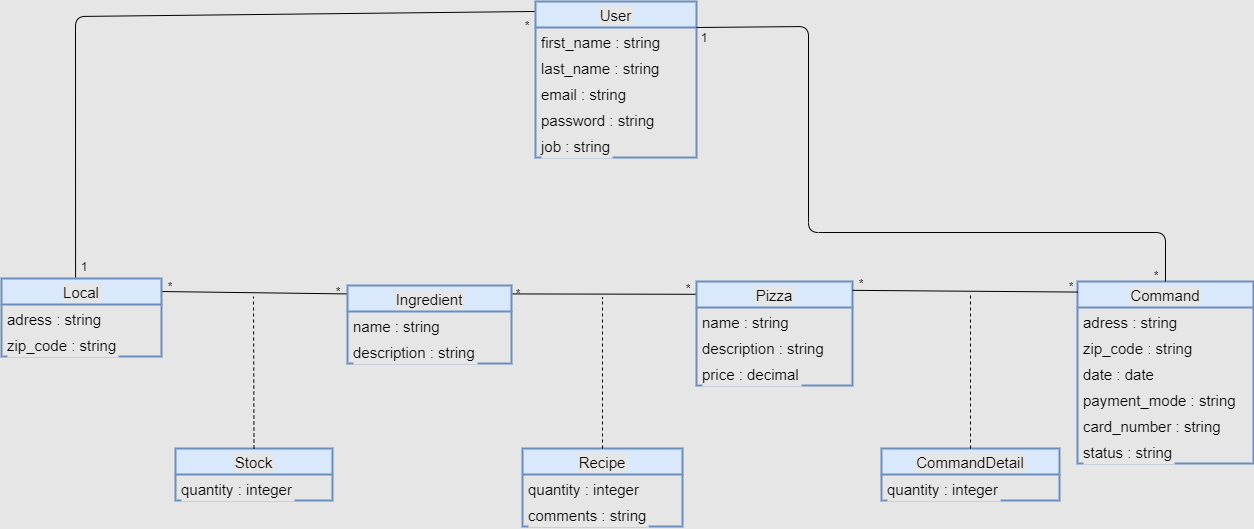
Before: diagrammes/class_diagram.png, a diagram exported from draw.io (Tony380/Projet6). Source tidied: cells renumbered, new cells last; positions are measured from the earlier drawing's top-left corner, leaving out a move shared by most shapes. The source it was exported from:
```xml
<mxGraphModel background="#E6E6E6">
  <root>
    <mxCell id="0" />
    <mxCell id="1" parent="0" />
    <mxCell id="2" value="Command" style="swimlane;fontStyle=0;horizontal=1;startSize=26;fillColor=#dae8fc;strokeWidth=2;labelBackgroundColor=#E6E6E6;fontSize=15;strokeColor=#6c8ebf;" parent="1" vertex="1">
      <mxGeometry x="1076" y="280" width="176" height="182" as="geometry" />
    </mxCell>
    <mxCell id="3" value="adress : string" style="text;strokeColor=none;fillColor=none;align=left;verticalAlign=top;spacingLeft=4;spacingRight=4;overflow=hidden;labelBackgroundColor=#E6E6E6;fontSize=15;" parent="2" vertex="1">
      <mxGeometry y="26" width="176" height="26" as="geometry" />
    </mxCell>
    <mxCell id="4" value="zip_code : string" style="text;strokeColor=none;fillColor=none;align=left;verticalAlign=top;spacingLeft=4;spacingRight=4;overflow=hidden;labelBackgroundColor=#E6E6E6;fontSize=15;" parent="2" vertex="1">
      <mxGeometry y="52" width="176" height="26" as="geometry" />
    </mxCell>
    <mxCell id="5" value="date : date" style="text;strokeColor=none;fillColor=none;align=left;verticalAlign=top;spacingLeft=4;spacingRight=4;overflow=hidden;labelBackgroundColor=#E6E6E6;fontSize=15;" parent="2" vertex="1">
      <mxGeometry y="78" width="176" height="26" as="geometry" />
    </mxCell>
    <mxCell id="6" value="payment_mode : string" style="text;strokeColor=none;fillColor=none;align=left;verticalAlign=top;spacingLeft=4;spacingRight=4;overflow=hidden;labelBackgroundColor=#E6E6E6;fontSize=15;" parent="2" vertex="1">
      <mxGeometry y="104" width="176" height="26" as="geometry" />
    </mxCell>
    <mxCell id="7" value="card_number : string" style="text;strokeColor=none;fillColor=none;align=left;verticalAlign=top;spacingLeft=4;spacingRight=4;overflow=hidden;labelBackgroundColor=#E6E6E6;fontSize=15;" parent="2" vertex="1">
      <mxGeometry y="130" width="176" height="26" as="geometry" />
    </mxCell>
    <mxCell id="8" value="status : string" style="text;strokeColor=none;fillColor=none;align=left;verticalAlign=top;spacingLeft=4;spacingRight=4;overflow=hidden;labelBackgroundColor=#E6E6E6;fontSize=15;" parent="2" vertex="1">
      <mxGeometry y="156" width="176" height="26" as="geometry" />
    </mxCell>
    <mxCell id="9" value="CommandDetail" style="swimlane;fontStyle=0;horizontal=1;startSize=26;fillColor=#dae8fc;labelBackgroundColor=#E6E6E6;strokeWidth=2;fontSize=15;strokeColor=#6c8ebf;" parent="1" vertex="1">
      <mxGeometry x="880" y="447" width="178" height="52" as="geometry" />
    </mxCell>
    <mxCell id="10" value="quantity : integer" style="text;strokeColor=none;fillColor=none;align=left;verticalAlign=top;spacingLeft=4;spacingRight=4;overflow=hidden;labelBackgroundColor=#E6E6E6;fontSize=15;" parent="9" vertex="1">
      <mxGeometry y="26" width="178" height="26" as="geometry" />
    </mxCell>
    <mxCell id="11" value="Recipe" style="swimlane;fontStyle=0;horizontal=1;startSize=26;fillColor=#dae8fc;labelBackgroundColor=#E6E6E6;strokeWidth=2;fontSize=15;strokeColor=#6c8ebf;" parent="1" vertex="1">
      <mxGeometry x="521" y="447" width="160" height="78" as="geometry" />
    </mxCell>
    <mxCell id="12" value="quantity : integer" style="text;strokeColor=none;fillColor=none;align=left;verticalAlign=top;spacingLeft=4;spacingRight=4;overflow=hidden;labelBackgroundColor=#E6E6E6;fontSize=15;" parent="11" vertex="1">
      <mxGeometry y="26" width="160" height="26" as="geometry" />
    </mxCell>
    <mxCell id="13" value="comments : string" style="text;strokeColor=none;fillColor=none;align=left;verticalAlign=top;spacingLeft=4;spacingRight=4;overflow=hidden;labelBackgroundColor=#E6E6E6;fontSize=15;" parent="11" vertex="1">
      <mxGeometry y="52" width="160" height="26" as="geometry" />
    </mxCell>
    <mxCell id="14" value="Pizza" style="swimlane;fontStyle=0;horizontal=1;startSize=26;fillColor=#dae8fc;labelBackgroundColor=#E6E6E6;strokeWidth=2;fontSize=15;strokeColor=#6c8ebf;" parent="1" vertex="1">
      <mxGeometry x="695" y="280" width="156" height="104" as="geometry" />
    </mxCell>
    <mxCell id="15" value="name : string" style="text;strokeColor=none;fillColor=none;align=left;verticalAlign=top;spacingLeft=4;spacingRight=4;overflow=hidden;labelBackgroundColor=#E6E6E6;fontSize=15;" parent="14" vertex="1">
      <mxGeometry y="26" width="156" height="26" as="geometry" />
    </mxCell>
    <mxCell id="16" value="description : string" style="text;strokeColor=none;fillColor=none;align=left;verticalAlign=top;spacingLeft=4;spacingRight=4;overflow=hidden;labelBackgroundColor=#E6E6E6;fontSize=15;" parent="14" vertex="1">
      <mxGeometry y="52" width="156" height="26" as="geometry" />
    </mxCell>
    <mxCell id="17" value="price : decimal" style="text;strokeColor=none;fillColor=none;align=left;verticalAlign=top;spacingLeft=4;spacingRight=4;overflow=hidden;labelBackgroundColor=#E6E6E6;fontSize=15;" parent="14" vertex="1">
      <mxGeometry y="78" width="156" height="26" as="geometry" />
    </mxCell>
    <mxCell id="18" value="Stock" style="swimlane;fontStyle=0;horizontal=1;startSize=26;fillColor=#dae8fc;labelBackgroundColor=#E6E6E6;strokeWidth=2;fontSize=15;strokeColor=#6c8ebf;" parent="1" vertex="1">
      <mxGeometry x="174" y="447" width="157" height="52" as="geometry" />
    </mxCell>
    <mxCell id="19" value="quantity : integer" style="text;strokeColor=none;fillColor=none;align=left;verticalAlign=top;spacingLeft=4;spacingRight=4;overflow=hidden;labelBackgroundColor=#E6E6E6;fontSize=15;" parent="18" vertex="1">
      <mxGeometry y="26" width="157" height="26" as="geometry" />
    </mxCell>
    <mxCell id="20" style="endArrow=none;html=1;exitX=1;exitY=0.085;exitDx=0;exitDy=0;exitPerimeter=0;entryX=0;entryY=0.058;entryDx=0;entryDy=0;entryPerimeter=0;" parent="1" edge="1" source="14" target="2">
      <mxGeometry relative="1" as="geometry" />
    </mxCell>
    <mxCell id="21" style="endArrow=none;dashed=1;html=1;exitX=0.5;exitY=0;exitDx=0;exitDy=0;" parent="1" edge="1" source="9">
      <mxGeometry relative="1" as="geometry">
        <mxPoint x="969" y="291" as="targetPoint" />
      </mxGeometry>
    </mxCell>
    <mxCell id="22" style="endArrow=none;html=1;exitX=0.994;exitY=0.108;exitDx=0;exitDy=0;exitPerimeter=0;entryX=-0.006;entryY=0.123;entryDx=0;entryDy=0;entryPerimeter=0;" parent="1" edge="1" source="44" target="14">
      <mxGeometry relative="1" as="geometry" />
    </mxCell>
    <mxCell id="23" style="endArrow=none;dashed=1;html=1;exitX=0.5;exitY=0;exitDx=0;exitDy=0;" parent="1" edge="1" source="11">
      <mxGeometry relative="1" as="geometry">
        <mxPoint x="601" y="296" as="targetPoint" />
      </mxGeometry>
    </mxCell>
    <mxCell id="24" style="endArrow=none;html=1;entryX=0;entryY=0.108;entryDx=0;entryDy=0;entryPerimeter=0;exitX=1;exitY=0.167;exitDx=0;exitDy=0;exitPerimeter=0;" parent="1" edge="1" source="47" target="44">
      <mxGeometry relative="1" as="geometry" />
    </mxCell>
    <mxCell id="25" style="endArrow=none;dashed=1;html=1;exitX=0.5;exitY=0;exitDx=0;exitDy=0;" parent="1" edge="1" source="18">
      <mxGeometry relative="1" as="geometry">
        <mxPoint x="252" y="295" as="targetPoint" />
      </mxGeometry>
    </mxCell>
    <mxCell id="26" value="User" style="swimlane;fontStyle=0;horizontal=1;startSize=26;fillColor=#dae8fc;labelBackgroundColor=#E6E6E6;strokeWidth=2;fontSize=15;strokeColor=#6c8ebf;" parent="1" vertex="1">
      <mxGeometry x="534" width="161" height="156" as="geometry" />
    </mxCell>
    <mxCell id="27" value="first_name : string" style="text;strokeColor=none;fillColor=none;align=left;verticalAlign=top;spacingLeft=4;spacingRight=4;overflow=hidden;labelBackgroundColor=#E6E6E6;fontSize=15;" parent="26" vertex="1">
      <mxGeometry y="26" width="161" height="26" as="geometry" />
    </mxCell>
    <mxCell id="28" value="last_name : string" style="text;strokeColor=none;fillColor=none;align=left;verticalAlign=top;spacingLeft=4;spacingRight=4;overflow=hidden;points=[[0,0.5],[1,0.5]];portConstraint=eastwest;labelBackgroundColor=#E6E6E6;fontSize=15;" parent="26" vertex="1">
      <mxGeometry y="52" width="161" height="26" as="geometry" />
    </mxCell>
    <mxCell id="29" value="email : string" style="text;strokeColor=none;fillColor=none;align=left;verticalAlign=top;spacingLeft=4;spacingRight=4;overflow=hidden;labelBackgroundColor=#E6E6E6;fontSize=15;" parent="26" vertex="1">
      <mxGeometry y="78" width="161" height="26" as="geometry" />
    </mxCell>
    <mxCell id="30" value="password : string" style="text;strokeColor=none;fillColor=none;align=left;verticalAlign=top;spacingLeft=4;spacingRight=4;overflow=hidden;points=[[0,0.5],[1,0.5]];portConstraint=eastwest;labelBackgroundColor=#E6E6E6;fontSize=15;" parent="26" vertex="1">
      <mxGeometry y="104" width="161" height="26" as="geometry" />
    </mxCell>
    <mxCell id="31" value="job : string" style="text;strokeColor=none;fillColor=none;align=left;verticalAlign=top;spacingLeft=4;spacingRight=4;overflow=hidden;labelBackgroundColor=#E6E6E6;fontSize=15;" parent="26" vertex="1">
      <mxGeometry y="130" width="161" height="26" as="geometry" />
    </mxCell>
    <mxCell id="32" style="endArrow=none;html=1;exitX=0.463;exitY=0.013;exitDx=0;exitDy=0;exitPerimeter=0;entryX=-0.006;entryY=0.064;entryDx=0;entryDy=0;entryPerimeter=0;" parent="1" edge="1" source="47" target="26">
      <mxGeometry relative="1" as="geometry">
        <Array as="points">
          <mxPoint x="74" y="15" />
        </Array>
      </mxGeometry>
    </mxCell>
    <mxCell id="33" style="endArrow=none;html=1;exitX=1;exitY=0;exitDx=0;exitDy=0;exitPerimeter=0;entryX=0.5;entryY=0;entryDx=0;entryDy=0;" parent="1" edge="1" target="2">
      <mxGeometry relative="1" as="geometry">
        <mxPoint x="695" y="26" as="sourcePoint" />
        <Array as="points">
          <mxPoint x="807" y="25" />
          <mxPoint x="807" y="231" />
          <mxPoint x="1164" y="231" />
        </Array>
      </mxGeometry>
    </mxCell>
    <mxCell id="34" value="*" style="text;html=1;strokeColor=none;fillColor=none;align=center;verticalAlign=middle;whiteSpace=wrap;rounded=0;" parent="1" vertex="1">
      <mxGeometry x="1050" y="275" width="40" height="20" as="geometry" />
    </mxCell>
    <mxCell id="35" value="*" style="text;html=1;strokeColor=none;fillColor=none;align=center;verticalAlign=middle;whiteSpace=wrap;rounded=0;" parent="1" vertex="1">
      <mxGeometry x="840" y="272" width="40" height="20" as="geometry" />
    </mxCell>
    <mxCell id="36" value="1" style="text;html=1;strokeColor=none;fillColor=none;align=center;verticalAlign=middle;whiteSpace=wrap;rounded=0;" parent="1" vertex="1">
      <mxGeometry x="683" y="26" width="40" height="20" as="geometry" />
    </mxCell>
    <mxCell id="37" value="*" style="text;html=1;strokeColor=none;fillColor=none;align=center;verticalAlign=middle;whiteSpace=wrap;rounded=0;" parent="1" vertex="1">
      <mxGeometry x="1135" y="264" width="40" height="20" as="geometry" />
    </mxCell>
    <mxCell id="38" value="*" style="text;html=1;strokeColor=none;fillColor=none;align=center;verticalAlign=middle;whiteSpace=wrap;rounded=0;" parent="1" vertex="1">
      <mxGeometry x="497" y="282" width="40" height="20" as="geometry" />
    </mxCell>
    <mxCell id="39" value="*" style="text;html=1;strokeColor=none;fillColor=none;align=center;verticalAlign=middle;whiteSpace=wrap;rounded=0;" parent="1" vertex="1">
      <mxGeometry x="667" y="277" width="40" height="20" as="geometry" />
    </mxCell>
    <mxCell id="40" value="*" style="text;html=1;strokeColor=none;fillColor=none;align=center;verticalAlign=middle;whiteSpace=wrap;rounded=0;" parent="1" vertex="1">
      <mxGeometry x="149" y="275" width="40" height="20" as="geometry" />
    </mxCell>
    <mxCell id="41" value="*" style="text;html=1;strokeColor=none;fillColor=none;align=center;verticalAlign=middle;whiteSpace=wrap;rounded=0;" parent="1" vertex="1">
      <mxGeometry x="317" y="280" width="40" height="20" as="geometry" />
    </mxCell>
    <mxCell id="42" value="1" style="text;html=1;strokeColor=none;fillColor=none;align=center;verticalAlign=middle;whiteSpace=wrap;rounded=0;" parent="1" vertex="1">
      <mxGeometry x="63" y="255" width="40" height="20" as="geometry" />
    </mxCell>
    <mxCell id="43" value="*" style="text;html=1;strokeColor=none;fillColor=none;align=center;verticalAlign=middle;whiteSpace=wrap;rounded=0;" parent="1" vertex="1">
      <mxGeometry x="506" y="14" width="40" height="20" as="geometry" />
    </mxCell>
    <mxCell id="44" value="Ingredient" style="swimlane;fontStyle=0;horizontal=1;startSize=26;fillColor=#dae8fc;labelBackgroundColor=#E6E6E6;strokeWidth=2;fontSize=15;strokeColor=#6c8ebf;" parent="1" vertex="1">
      <mxGeometry x="346" y="284" width="164" height="78" as="geometry" />
    </mxCell>
    <mxCell id="45" value="name : string" style="text;strokeColor=none;fillColor=none;align=left;verticalAlign=top;spacingLeft=4;spacingRight=4;overflow=hidden;labelBackgroundColor=#E6E6E6;fontSize=15;" parent="44" vertex="1">
      <mxGeometry y="26" width="164" height="26" as="geometry" />
    </mxCell>
    <mxCell id="46" value="description : string" style="text;strokeColor=none;fillColor=none;align=left;verticalAlign=top;spacingLeft=4;spacingRight=4;overflow=hidden;labelBackgroundColor=#E6E6E6;fontSize=15;" parent="44" vertex="1">
      <mxGeometry y="52" width="164" height="26" as="geometry" />
    </mxCell>
    <mxCell id="47" value="Local" style="swimlane;fontStyle=0;horizontal=1;startSize=26;fillColor=#dae8fc;labelBackgroundColor=#E6E6E6;strokeWidth=2;fontSize=15;strokeColor=#6c8ebf;" parent="1" vertex="1">
      <mxGeometry y="277" width="160" height="78" as="geometry" />
    </mxCell>
    <mxCell id="48" value="adress : string" style="text;strokeColor=none;fillColor=none;align=left;verticalAlign=top;spacingLeft=4;spacingRight=4;overflow=hidden;labelBackgroundColor=#E6E6E6;fontSize=15;" parent="47" vertex="1">
      <mxGeometry y="26" width="160" height="26" as="geometry" />
    </mxCell>
    <mxCell id="49" value="zip_code : string" style="text;strokeColor=none;fillColor=none;align=left;verticalAlign=top;spacingLeft=4;spacingRight=4;overflow=hidden;labelBackgroundColor=#E6E6E6;fontSize=15;" parent="47" vertex="1">
      <mxGeometry y="52" width="160" height="26" as="geometry" />
    </mxCell>
  </root>
</mxGraphModel>
```
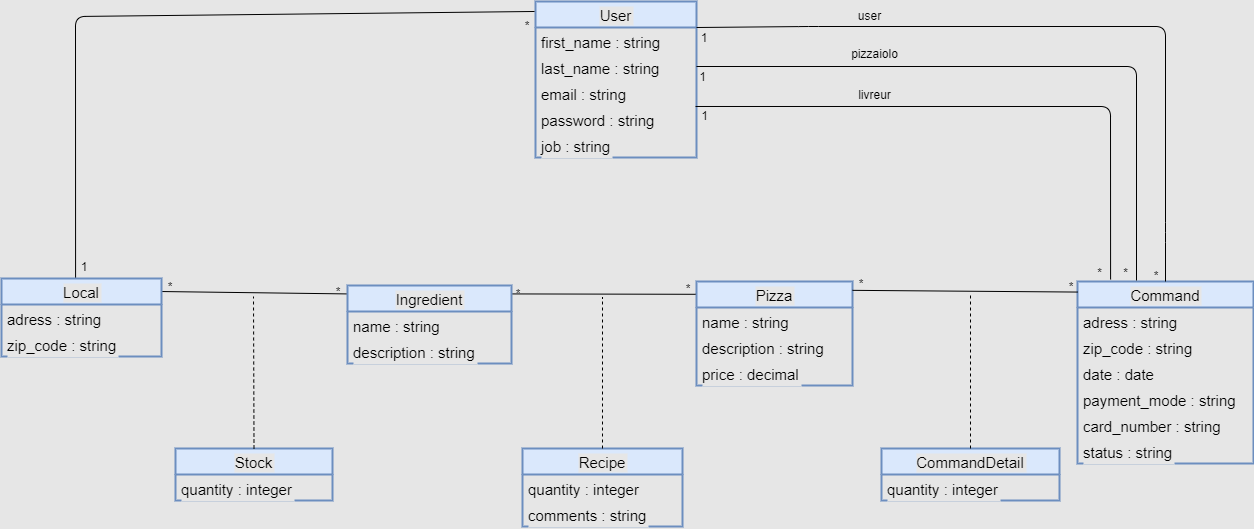
After the commit.

Commit message:
Correction finale

The edit, as a diff of the source:
```diff
@@ -110,7 +110,7 @@
         <mxPoint x="695" y="26" as="sourcePoint" />
         <Array as="points">
           <mxPoint x="807" y="25" />
-          <mxPoint x="807" y="231" />
+          <mxPoint x="1164" y="25" />
           <mxPoint x="1164" y="231" />
         </Array>
       </mxGeometry>
@@ -163,5 +163,40 @@
     <mxCell id="49" value="zip_code : string" style="text;strokeColor=none;fillColor=none;align=left;verticalAlign=top;spacingLeft=4;spacingRight=4;overflow=hidden;labelBackgroundColor=#E6E6E6;fontSize=15;" parent="47" vertex="1">
       <mxGeometry y="52" width="160" height="26" as="geometry" />
     </mxCell>
+    <mxCell id="50" style="endArrow=none;html=1;entryX=0;entryY=0.75;entryDx=0;entryDy=0;exitX=1;exitY=0.5;exitDx=0;exitDy=0;" parent="1" edge="1" source="28" target="37">
+      <mxGeometry relative="1" as="geometry">
+        <Array as="points">
+          <mxPoint x="1135" y="65" />
+        </Array>
+      </mxGeometry>
+    </mxCell>
+    <mxCell id="51" style="endArrow=none;html=1;entryX=0.188;entryY=-0.011;entryDx=0;entryDy=0;exitX=0.994;exitY=0.038;exitDx=0;exitDy=0;exitPerimeter=0;entryPerimeter=0;" parent="1" edge="1" source="30" target="2">
+      <mxGeometry relative="1" as="geometry">
+        <Array as="points">
+          <mxPoint x="1109" y="105" />
+        </Array>
+      </mxGeometry>
+    </mxCell>
+    <mxCell id="52" value="user" style="text;html=1;align=center;verticalAlign=middle;" parent="1" vertex="1">
+      <mxGeometry x="851" y="5" width="33" height="18" as="geometry" />
+    </mxCell>
+    <mxCell id="53" value="pizzaiolo" style="text;html=1;align=center;verticalAlign=middle;" parent="1" vertex="1">
+      <mxGeometry x="844" y="43" width="57" height="18" as="geometry" />
+    </mxCell>
+    <mxCell id="54" value="livreur" style="text;html=1;align=center;verticalAlign=middle;" parent="1" vertex="1">
+      <mxGeometry x="851" y="84" width="43" height="18" as="geometry" />
+    </mxCell>
+    <mxCell id="55" value="1" style="text;html=1;align=center;verticalAlign=middle;" parent="1" vertex="1">
+      <mxGeometry x="692" y="66" width="17" height="18" as="geometry" />
+    </mxCell>
+    <mxCell id="56" value="1" style="text;html=1;align=center;verticalAlign=middle;" parent="1" vertex="1">
+      <mxGeometry x="694.5" y="105" width="17" height="18" as="geometry" />
+    </mxCell>
+    <mxCell id="57" value="*" style="text;html=1;align=center;verticalAlign=middle;" parent="1" vertex="1">
+      <mxGeometry x="1116" y="262" width="15" height="18" as="geometry" />
+    </mxCell>
+    <mxCell id="58" value="*" style="text;html=1;align=center;verticalAlign=middle;" parent="1" vertex="1">
+      <mxGeometry x="1090" y="262" width="15" height="18" as="geometry" />
+    </mxCell>
   </root>
 </mxGraphModel>
```
